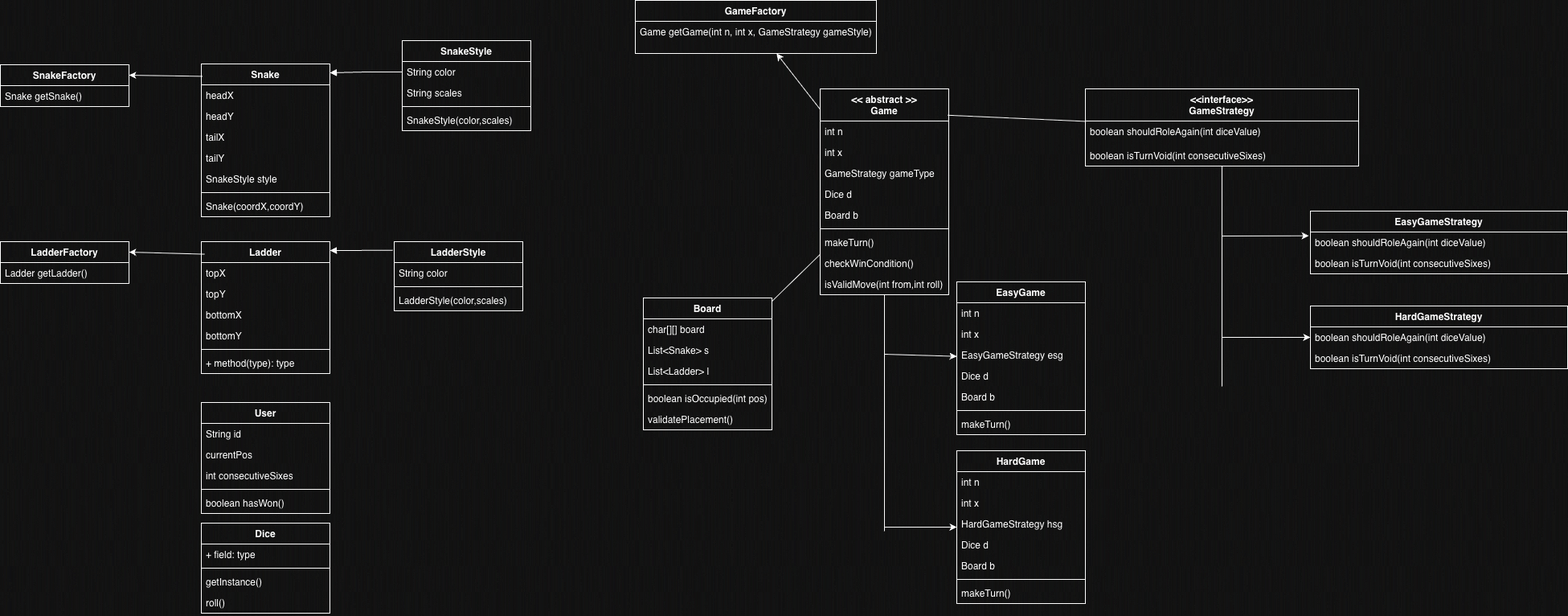
This is Snakes_Ladders_LLD.drawio.png from akshat-code21/snakes_ladders, a draw.io export, as it was before one commit. Source tidied: cells renumbered, new cells last; positions are measured from the earlier drawing's top-left corner, leaving out a move shared by most shapes.
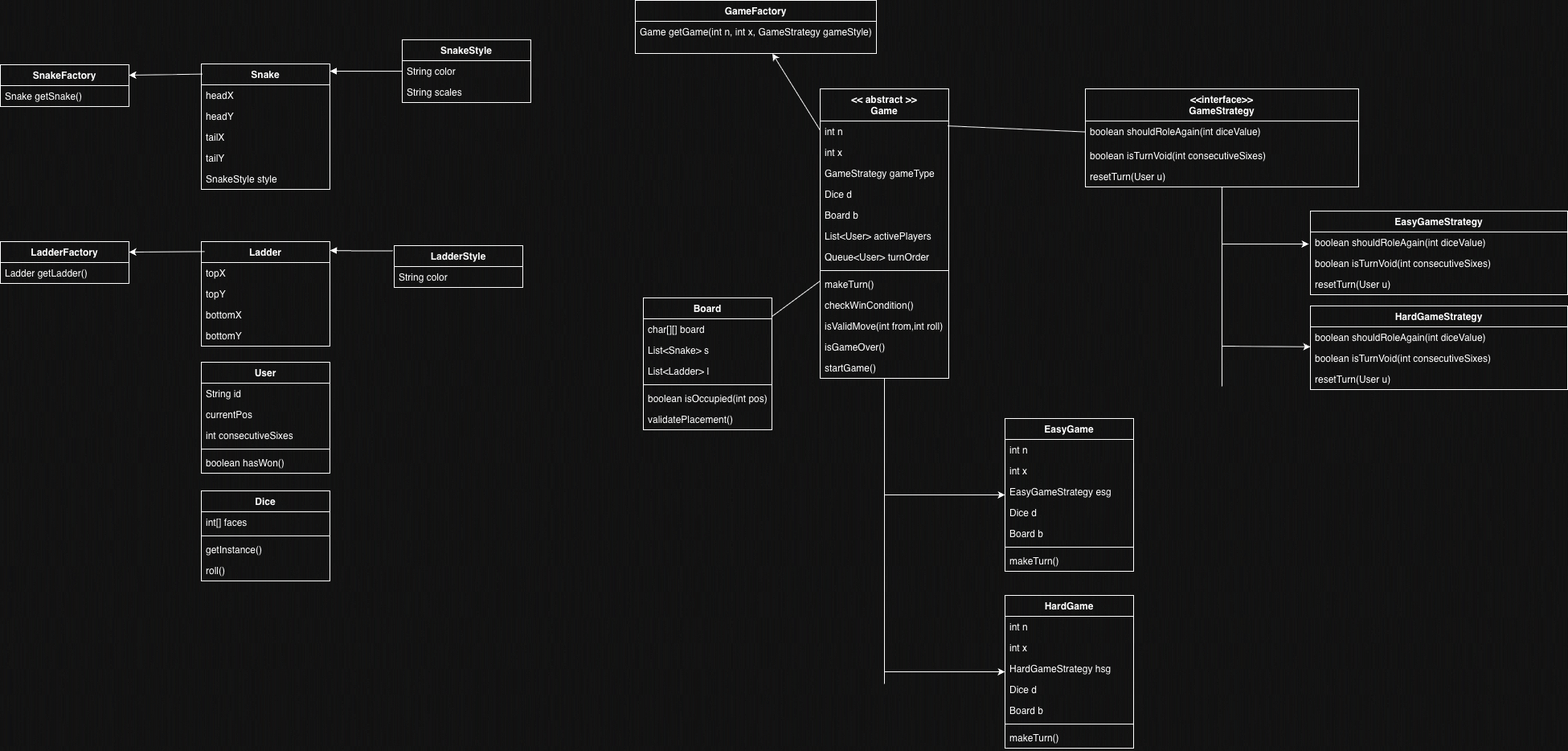
The same file after the commit.

The edit, as a diff of the source:
```diff
@@ -24,7 +24,7 @@
       <mxGeometry y="138" width="160" height="26" as="geometry" />
     </mxCell>
     <mxCell id="9" value="&amp;lt;&amp;lt; abstract &amp;gt;&amp;gt;&lt;div&gt;Game&lt;/div&gt;" style="swimlane;fontStyle=1;align=center;verticalAlign=top;horizontal=1;startSize=40;whiteSpace=wrap;html=1;" parent="1" vertex="1">
-      <mxGeometry x="1020" y="110" width="160" height="256" as="geometry" />
+      <mxGeometry x="1020" y="110" width="160" height="360" as="geometry" />
     </mxCell>
     <mxCell id="10" value="int n&lt;div&gt;&lt;br&gt;&lt;/div&gt;" style="text;strokeColor=none;fillColor=none;align=left;verticalAlign=top;spacingLeft=4;spacingRight=4;overflow=hidden;whiteSpace=wrap;html=1;" parent="9" vertex="1">
       <mxGeometry y="40" width="160" height="26" as="geometry" />
@@ -41,20 +41,32 @@
     <mxCell id="14" value="Board b" style="text;strokeColor=none;fillColor=none;align=left;verticalAlign=top;spacingLeft=4;spacingRight=4;overflow=hidden;whiteSpace=wrap;html=1;" parent="9" vertex="1">
       <mxGeometry y="144" width="160" height="26" as="geometry" />
     </mxCell>
+    <mxCell id="98" value="List&amp;lt;User&amp;gt; activePlayers" style="text;strokeColor=none;fillColor=none;align=left;verticalAlign=top;spacingLeft=4;spacingRight=4;overflow=hidden;whiteSpace=wrap;html=1;" parent="9" vertex="1">
+      <mxGeometry y="170" width="160" height="26" as="geometry" />
+    </mxCell>
+    <mxCell id="99" value="Queue&amp;lt;User&amp;gt; turnOrder" style="text;strokeColor=none;fillColor=none;align=left;verticalAlign=top;spacingLeft=4;spacingRight=4;overflow=hidden;whiteSpace=wrap;html=1;" parent="9" vertex="1">
+      <mxGeometry y="196" width="160" height="26" as="geometry" />
+    </mxCell>
     <mxCell id="15" style="line;strokeWidth=1;fillColor=none;align=left;verticalAlign=middle;spacingTop=-1;spacingLeft=3;spacingRight=3;labelPosition=right;strokeColor=inherit;" parent="9" vertex="1">
-      <mxGeometry y="170" width="160" height="8" as="geometry" />
+      <mxGeometry y="222" width="160" height="8" as="geometry" />
     </mxCell>
     <mxCell id="16" value="makeTurn()" style="text;strokeColor=none;fillColor=none;align=left;verticalAlign=top;spacingLeft=4;spacingRight=4;overflow=hidden;whiteSpace=wrap;html=1;" parent="9" vertex="1">
-      <mxGeometry y="178" width="160" height="26" as="geometry" />
+      <mxGeometry y="230" width="160" height="26" as="geometry" />
     </mxCell>
     <mxCell id="17" value="checkWinCondition()" style="text;strokeColor=none;fillColor=none;align=left;verticalAlign=top;spacingLeft=4;spacingRight=4;overflow=hidden;whiteSpace=wrap;html=1;" parent="9" vertex="1">
-      <mxGeometry y="204" width="160" height="26" as="geometry" />
+      <mxGeometry y="256" width="160" height="26" as="geometry" />
     </mxCell>
     <mxCell id="18" value="isValidMove(int from,int roll)" style="text;strokeColor=none;fillColor=none;align=left;verticalAlign=top;spacingLeft=4;spacingRight=4;overflow=hidden;whiteSpace=wrap;html=1;" parent="9" vertex="1">
-      <mxGeometry y="230" width="160" height="26" as="geometry" />
+      <mxGeometry y="282" width="160" height="26" as="geometry" />
     </mxCell>
+    <mxCell id="100" value="isGameOver()" style="text;strokeColor=none;fillColor=none;align=left;verticalAlign=top;spacingLeft=4;spacingRight=4;overflow=hidden;whiteSpace=wrap;html=1;" parent="9" vertex="1">
+      <mxGeometry y="308" width="160" height="26" as="geometry" />
+    </mxCell>
+    <mxCell id="101" value="startGame()" style="text;strokeColor=none;fillColor=none;align=left;verticalAlign=top;spacingLeft=4;spacingRight=4;overflow=hidden;whiteSpace=wrap;html=1;" parent="9" vertex="1">
+      <mxGeometry y="334" width="160" height="26" as="geometry" />
+    </mxCell>
     <mxCell id="19" value="Snake" style="swimlane;fontStyle=1;align=center;verticalAlign=top;horizontal=1;startSize=26;whiteSpace=wrap;html=1;" parent="1" vertex="1">
-      <mxGeometry x="250" y="79" width="160" height="190" as="geometry" />
+      <mxGeometry x="250" y="79" width="160" height="156" as="geometry" />
     </mxCell>
     <mxCell id="20" value="headX" style="text;strokeColor=none;fillColor=none;align=left;verticalAlign=top;spacingLeft=4;spacingRight=4;overflow=hidden;whiteSpace=wrap;html=1;" parent="19" vertex="1">
       <mxGeometry y="26" width="160" height="26" as="geometry" />
@@ -71,14 +83,8 @@
     <mxCell id="24" value="SnakeStyle style" style="text;strokeColor=none;fillColor=none;align=left;verticalAlign=top;spacingLeft=4;spacingRight=4;overflow=hidden;whiteSpace=wrap;html=1;" parent="19" vertex="1">
       <mxGeometry y="130" width="160" height="26" as="geometry" />
     </mxCell>
-    <mxCell id="25" style="line;strokeWidth=1;fillColor=none;align=left;verticalAlign=middle;spacingTop=-1;spacingLeft=3;spacingRight=3;labelPosition=right;strokeColor=inherit;" parent="19" vertex="1">
-      <mxGeometry y="156" width="160" height="8" as="geometry" />
-    </mxCell>
-    <mxCell id="26" value="Snake(coordX,coordY)" style="text;strokeColor=none;fillColor=none;align=left;verticalAlign=top;spacingLeft=4;spacingRight=4;overflow=hidden;whiteSpace=wrap;html=1;" parent="19" vertex="1">
-      <mxGeometry y="164" width="160" height="26" as="geometry" />
-    </mxCell>
     <mxCell id="27" value="Ladder" style="swimlane;fontStyle=1;align=center;verticalAlign=top;horizontal=1;startSize=26;whiteSpace=wrap;html=1;" parent="1" vertex="1">
-      <mxGeometry x="250" y="300" width="160" height="164" as="geometry" />
+      <mxGeometry x="250" y="300" width="160" height="130" as="geometry" />
     </mxCell>
     <mxCell id="28" value="topX" style="text;strokeColor=none;fillColor=none;align=left;verticalAlign=top;spacingLeft=4;spacingRight=4;overflow=hidden;whiteSpace=wrap;html=1;" parent="27" vertex="1">
       <mxGeometry y="26" width="160" height="26" as="geometry" />
@@ -92,14 +98,8 @@
     <mxCell id="31" value="bottomY" style="text;strokeColor=none;fillColor=none;align=left;verticalAlign=top;spacingLeft=4;spacingRight=4;overflow=hidden;whiteSpace=wrap;html=1;" parent="27" vertex="1">
       <mxGeometry y="104" width="160" height="26" as="geometry" />
     </mxCell>
-    <mxCell id="32" style="line;strokeWidth=1;fillColor=none;align=left;verticalAlign=middle;spacingTop=-1;spacingLeft=3;spacingRight=3;labelPosition=right;strokeColor=inherit;" parent="27" vertex="1">
-      <mxGeometry y="130" width="160" height="8" as="geometry" />
-    </mxCell>
-    <mxCell id="33" value="+ method(type): type" style="text;strokeColor=none;fillColor=none;align=left;verticalAlign=top;spacingLeft=4;spacingRight=4;overflow=hidden;whiteSpace=wrap;html=1;" parent="27" vertex="1">
-      <mxGeometry y="138" width="160" height="26" as="geometry" />
-    </mxCell>
     <mxCell id="34" value="SnakeStyle" style="swimlane;fontStyle=1;align=center;verticalAlign=top;horizontal=1;startSize=26;whiteSpace=wrap;html=1;" parent="1" vertex="1">
-      <mxGeometry x="500" y="50" width="160" height="112" as="geometry" />
+      <mxGeometry x="500" y="49" width="160" height="78" as="geometry" />
     </mxCell>
     <mxCell id="35" value="String color" style="text;strokeColor=none;fillColor=none;align=left;verticalAlign=top;spacingLeft=4;spacingRight=4;overflow=hidden;points=[[0,0.5],[1,0.5]];portConstraint=eastwest;whiteSpace=wrap;html=1;" parent="34" vertex="1">
       <mxGeometry y="26" width="160" height="26" as="geometry" />
@@ -107,36 +107,24 @@
     <mxCell id="36" value="String scales" style="text;strokeColor=none;fillColor=none;align=left;verticalAlign=top;spacingLeft=4;spacingRight=4;overflow=hidden;whiteSpace=wrap;html=1;" parent="34" vertex="1">
       <mxGeometry y="52" width="160" height="26" as="geometry" />
     </mxCell>
-    <mxCell id="37" style="line;strokeWidth=1;fillColor=none;align=left;verticalAlign=middle;spacingTop=-1;spacingLeft=3;spacingRight=3;labelPosition=right;strokeColor=inherit;" parent="34" vertex="1">
-      <mxGeometry y="78" width="160" height="8" as="geometry" />
-    </mxCell>
-    <mxCell id="38" value="SnakeStyle(color,scales)" style="text;strokeColor=none;fillColor=none;align=left;verticalAlign=top;spacingLeft=4;spacingRight=4;overflow=hidden;whiteSpace=wrap;html=1;" parent="34" vertex="1">
-      <mxGeometry y="86" width="160" height="26" as="geometry" />
-    </mxCell>
     <mxCell id="39" style="endArrow=block;endFill=1;html=1;edgeStyle=orthogonalEdgeStyle;align=left;verticalAlign=top;rounded=0;entryX=1;entryY=0.058;entryDx=0;entryDy=0;entryPerimeter=0;" parent="1" edge="1" source="35" target="19">
       <mxGeometry x="-1" relative="1" as="geometry" />
     </mxCell>
     <mxCell id="40" value="LadderStyle" style="swimlane;fontStyle=1;align=center;verticalAlign=top;horizontal=1;startSize=26;whiteSpace=wrap;html=1;" parent="1" vertex="1">
-      <mxGeometry x="490" y="300" width="160" height="86" as="geometry" />
+      <mxGeometry x="490" y="305" width="160" height="52" as="geometry" />
     </mxCell>
     <mxCell id="41" value="String color" style="text;strokeColor=none;fillColor=none;align=left;verticalAlign=top;spacingLeft=4;spacingRight=4;overflow=hidden;whiteSpace=wrap;html=1;" parent="40" vertex="1">
       <mxGeometry y="26" width="160" height="26" as="geometry" />
     </mxCell>
-    <mxCell id="42" style="line;strokeWidth=1;fillColor=none;align=left;verticalAlign=middle;spacingTop=-1;spacingLeft=3;spacingRight=3;labelPosition=right;strokeColor=inherit;" parent="40" vertex="1">
-      <mxGeometry y="52" width="160" height="8" as="geometry" />
-    </mxCell>
-    <mxCell id="43" value="&lt;span style=&quot;text-align: center;&quot;&gt;LadderStyle&lt;/span&gt;(color,scales)" style="text;strokeColor=none;fillColor=none;align=left;verticalAlign=top;spacingLeft=4;spacingRight=4;overflow=hidden;whiteSpace=wrap;html=1;" parent="40" vertex="1">
-      <mxGeometry y="60" width="160" height="26" as="geometry" />
-    </mxCell>
     <mxCell id="44" style="endArrow=block;endFill=1;html=1;edgeStyle=orthogonalEdgeStyle;align=left;verticalAlign=top;rounded=0;entryX=1;entryY=0.058;entryDx=0;entryDy=0;entryPerimeter=0;exitX=-0.011;exitY=0.125;exitDx=0;exitDy=0;exitPerimeter=0;" parent="1" edge="1" source="40">
       <mxGeometry x="-1" relative="1" as="geometry">
         <mxPoint x="410" y="311" as="targetPoint" />
       </mxGeometry>
     </mxCell>
     <mxCell id="45" value="Dice" style="swimlane;fontStyle=1;align=center;verticalAlign=top;horizontal=1;startSize=26;whiteSpace=wrap;html=1;" parent="1" vertex="1">
-      <mxGeometry x="250" y="650" width="160" height="112" as="geometry" />
+      <mxGeometry x="250" y="610" width="160" height="112" as="geometry" />
     </mxCell>
-    <mxCell id="46" value="+ field: type" style="text;strokeColor=none;fillColor=none;align=left;verticalAlign=top;spacingLeft=4;spacingRight=4;overflow=hidden;whiteSpace=wrap;html=1;" parent="45" vertex="1">
+    <mxCell id="46" value="int[] faces" style="text;strokeColor=none;fillColor=none;align=left;verticalAlign=top;spacingLeft=4;spacingRight=4;overflow=hidden;whiteSpace=wrap;html=1;" parent="45" vertex="1">
       <mxGeometry y="26" width="160" height="26" as="geometry" />
     </mxCell>
     <mxCell id="47" style="line;strokeWidth=1;fillColor=none;align=left;verticalAlign=middle;spacingTop=-1;spacingLeft=3;spacingRight=3;labelPosition=right;strokeColor=inherit;" parent="45" vertex="1">
@@ -173,7 +161,7 @@
       <mxGeometry relative="1" as="geometry" />
     </mxCell>
     <mxCell id="58" value="&amp;lt;&amp;lt;interface&amp;gt;&amp;gt;&lt;div&gt;GameStrategy&lt;/div&gt;" style="swimlane;fontStyle=1;align=center;verticalAlign=top;horizontal=1;startSize=40;whiteSpace=wrap;html=1;" parent="1" vertex="1">
-      <mxGeometry x="1350" y="110" width="340" height="96" as="geometry" />
+      <mxGeometry x="1350" y="110" width="340" height="122" as="geometry" />
     </mxCell>
     <mxCell id="59" value="boolean shouldRoleAgain(int diceValue)" style="text;strokeColor=none;fillColor=none;align=left;verticalAlign=top;spacingLeft=4;spacingRight=4;overflow=hidden;whiteSpace=wrap;html=1;" parent="58" vertex="1">
       <mxGeometry y="40" width="340" height="30" as="geometry" />
@@ -181,8 +169,11 @@
     <mxCell id="60" value="boolean isTurnVoid(int consecutiveSixes)" style="text;strokeColor=none;fillColor=none;align=left;verticalAlign=top;spacingLeft=4;spacingRight=4;overflow=hidden;whiteSpace=wrap;html=1;" parent="58" vertex="1">
       <mxGeometry y="70" width="340" height="26" as="geometry" />
     </mxCell>
+    <mxCell id="102" value="resetTurn(User u)" style="text;strokeColor=none;fillColor=none;align=left;verticalAlign=top;spacingLeft=4;spacingRight=4;overflow=hidden;whiteSpace=wrap;html=1;" parent="58" vertex="1">
+      <mxGeometry y="96" width="340" height="26" as="geometry" />
+    </mxCell>
     <mxCell id="61" value="EasyGameStrategy" style="swimlane;fontStyle=1;align=center;verticalAlign=top;horizontal=1;startSize=26;whiteSpace=wrap;html=1;" parent="1" vertex="1">
-      <mxGeometry x="1630" y="262" width="320" height="78" as="geometry" />
+      <mxGeometry x="1630" y="262" width="320" height="104" as="geometry" />
     </mxCell>
     <mxCell id="62" value="boolean shouldRoleAgain(int diceValue)" style="text;strokeColor=none;fillColor=none;align=left;verticalAlign=top;spacingLeft=4;spacingRight=4;overflow=hidden;whiteSpace=wrap;html=1;" parent="61" vertex="1">
       <mxGeometry y="26" width="320" height="26" as="geometry" />
@@ -190,8 +181,11 @@
     <mxCell id="63" value="boolean isTurnVoid(int consecutiveSixes)" style="text;strokeColor=none;fillColor=none;align=left;verticalAlign=top;spacingLeft=4;spacingRight=4;overflow=hidden;whiteSpace=wrap;html=1;" parent="61" vertex="1">
       <mxGeometry y="52" width="320" height="26" as="geometry" />
     </mxCell>
+    <mxCell id="103" value="resetTurn(User u)" style="text;strokeColor=none;fillColor=none;align=left;verticalAlign=top;spacingLeft=4;spacingRight=4;overflow=hidden;whiteSpace=wrap;html=1;" parent="61" vertex="1">
+      <mxGeometry y="78" width="320" height="26" as="geometry" />
+    </mxCell>
     <mxCell id="64" value="HardGameStrategy" style="swimlane;fontStyle=1;align=center;verticalAlign=top;horizontal=1;startSize=26;whiteSpace=wrap;html=1;" parent="1" vertex="1">
-      <mxGeometry x="1630" y="380" width="320" height="78" as="geometry" />
+      <mxGeometry x="1630" y="380" width="320" height="104" as="geometry" />
     </mxCell>
     <mxCell id="65" value="boolean shouldRoleAgain(int diceValue)" style="text;strokeColor=none;fillColor=none;align=left;verticalAlign=top;spacingLeft=4;spacingRight=4;overflow=hidden;whiteSpace=wrap;html=1;" parent="64" vertex="1">
       <mxGeometry y="26" width="320" height="26" as="geometry" />
@@ -199,9 +193,12 @@
     <mxCell id="66" value="boolean isTurnVoid(int consecutiveSixes)" style="text;strokeColor=none;fillColor=none;align=left;verticalAlign=top;spacingLeft=4;spacingRight=4;overflow=hidden;whiteSpace=wrap;html=1;" parent="64" vertex="1">
       <mxGeometry y="52" width="320" height="26" as="geometry" />
     </mxCell>
+    <mxCell id="104" value="resetTurn(User u)" style="text;strokeColor=none;fillColor=none;align=left;verticalAlign=top;spacingLeft=4;spacingRight=4;overflow=hidden;whiteSpace=wrap;html=1;" parent="64" vertex="1">
+      <mxGeometry y="78" width="320" height="26" as="geometry" />
+    </mxCell>
     <mxCell id="67" style="edgeStyle=none;jettySize=auto;html=1;rounded=0;" parent="1" edge="1" target="64">
       <mxGeometry relative="1" as="geometry">
-        <mxPoint x="1520" y="419" as="sourcePoint" />
+        <mxPoint x="1520" y="430" as="sourcePoint" />
       </mxGeometry>
     </mxCell>
     <mxCell id="68" style="edgeStyle=none;jettySize=auto;html=1;rounded=0;shape=wire;endArrow=none;endFill=0;" parent="1" edge="1" source="58">
@@ -217,11 +214,11 @@
     </mxCell>
     <mxCell id="71" style="edgeStyle=none;jettySize=auto;html=1;rounded=0;entryX=-0.006;entryY=0.394;entryDx=0;entryDy=0;entryPerimeter=0;" parent="1" edge="1" target="61">
       <mxGeometry relative="1" as="geometry">
-        <mxPoint x="1520" y="293" as="sourcePoint" />
+        <mxPoint x="1520" y="303" as="sourcePoint" />
       </mxGeometry>
     </mxCell>
     <mxCell id="72" value="EasyGame" style="swimlane;fontStyle=1;align=center;verticalAlign=top;horizontal=1;startSize=26;whiteSpace=wrap;html=1;" parent="1" vertex="1">
-      <mxGeometry x="1190" y="350" width="160" height="190" as="geometry" />
+      <mxGeometry x="1250" y="520" width="160" height="190" as="geometry" />
     </mxCell>
     <mxCell id="73" value="int n" style="text;strokeColor=none;fillColor=none;align=left;verticalAlign=top;spacingLeft=4;spacingRight=4;overflow=hidden;whiteSpace=wrap;html=1;" parent="72" vertex="1">
       <mxGeometry y="26" width="160" height="26" as="geometry" />
@@ -245,7 +242,7 @@
       <mxGeometry y="164" width="160" height="26" as="geometry" />
     </mxCell>
     <mxCell id="80" value="HardGame" style="swimlane;fontStyle=1;align=center;verticalAlign=top;horizontal=1;startSize=26;whiteSpace=wrap;html=1;" parent="1" vertex="1">
-      <mxGeometry x="1190" y="560" width="160" height="190" as="geometry" />
+      <mxGeometry x="1250" y="740" width="160" height="190" as="geometry" />
     </mxCell>
     <mxCell id="81" value="int n" style="text;strokeColor=none;fillColor=none;align=left;verticalAlign=top;spacingLeft=4;spacingRight=4;overflow=hidden;whiteSpace=wrap;html=1;" parent="80" vertex="1">
       <mxGeometry y="26" width="160" height="26" as="geometry" />
@@ -270,24 +267,24 @@
     </mxCell>
     <mxCell id="88" style="edgeStyle=none;jettySize=auto;html=1;rounded=0;endArrow=none;endFill=0;" parent="1" edge="1" source="9">
       <mxGeometry relative="1" as="geometry">
-        <mxPoint x="1100" y="660" as="targetPoint" />
+        <mxPoint x="1100" y="850" as="targetPoint" />
       </mxGeometry>
     </mxCell>
     <mxCell id="89" style="edgeStyle=none;jettySize=auto;html=1;rounded=0;" parent="1" edge="1" target="72">
       <mxGeometry relative="1" as="geometry">
-        <mxPoint x="1100" y="440" as="sourcePoint" />
+        <mxPoint x="1100" y="615" as="sourcePoint" />
       </mxGeometry>
     </mxCell>
     <mxCell id="90" style="edgeStyle=none;jettySize=auto;html=1;rounded=0;" parent="1" edge="1" target="80">
       <mxGeometry relative="1" as="geometry">
-        <mxPoint x="1100" y="655" as="sourcePoint" />
+        <mxPoint x="1100" y="835" as="sourcePoint" />
       </mxGeometry>
     </mxCell>
     <mxCell id="91" style="edgeStyle=none;jettySize=auto;html=1;rounded=0;endArrow=none;endFill=0;" parent="1" edge="1" source="2" target="9">
       <mxGeometry relative="1" as="geometry" />
     </mxCell>
     <mxCell id="92" value="User" style="swimlane;fontStyle=1;align=center;verticalAlign=top;horizontal=1;startSize=26;whiteSpace=wrap;html=1;" parent="1" vertex="1">
-      <mxGeometry x="250" y="500" width="160" height="138" as="geometry" />
+      <mxGeometry x="250" y="450" width="160" height="138" as="geometry" />
     </mxCell>
     <mxCell id="93" value="String id" style="text;strokeColor=none;fillColor=none;align=left;verticalAlign=top;spacingLeft=4;spacingRight=4;overflow=hidden;whiteSpace=wrap;html=1;" parent="92" vertex="1">
       <mxGeometry y="26" width="160" height="26" as="geometry" />
```
